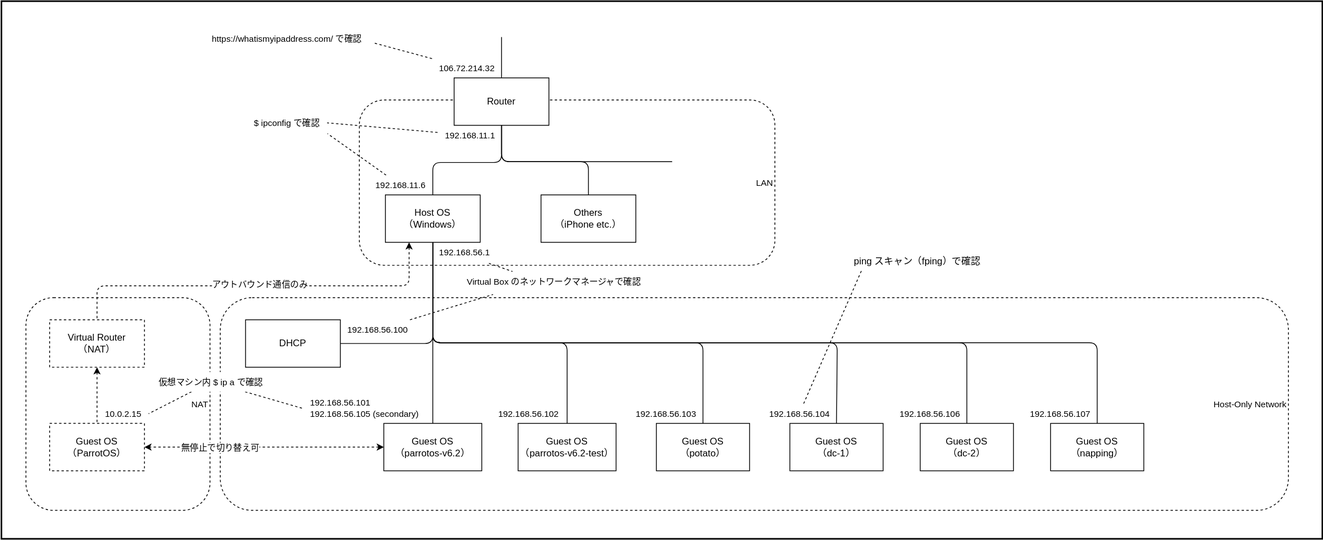
Above: diagrams/network-of-hacking-lab.drawio.svg in SOUSUKEKUROSAWA/drawio (draw.io), before the change. Source tidied: cells renumbered, new cells last; positions are measured from the earlier drawing's top-left corner, leaving out a move shared by most shapes.
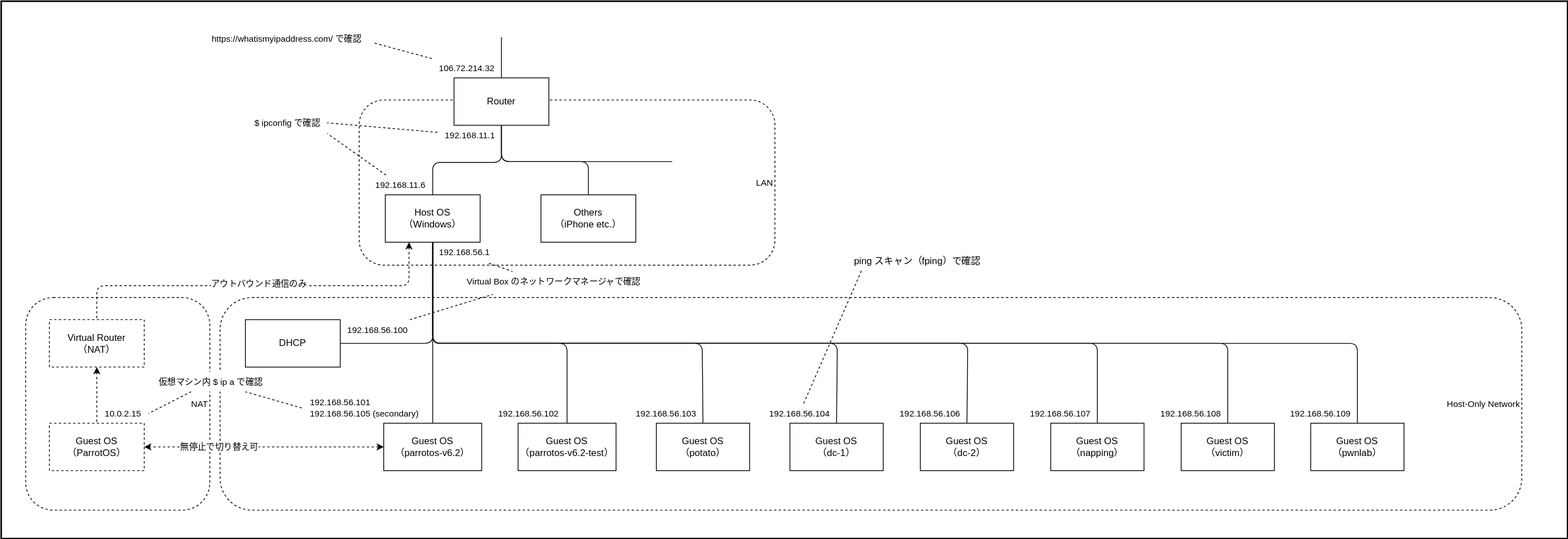
Later version of the same file.

What changed in the source:
```diff
@@ -3,13 +3,13 @@
     <mxCell id="0" />
     <mxCell id="1" parent="0" />
     <mxCell id="2" style="rounded=0;whiteSpace=wrap;html=1;strokeWidth=2;" parent="1" vertex="1">
-      <mxGeometry width="1672" height="680" as="geometry" />
+      <mxGeometry width="1982" height="680" as="geometry" />
     </mxCell>
     <mxCell id="3" value="NAT&amp;nbsp;" style="rounded=1;whiteSpace=wrap;html=1;fontSize=11;fontColor=#000000;fillColor=none;dashed=1;align=right;" parent="1" vertex="1">
       <mxGeometry x="31" y="375" width="233" height="269" as="geometry" />
     </mxCell>
     <mxCell id="4" value="Host-Only Network&amp;nbsp;" style="rounded=1;whiteSpace=wrap;html=1;fontSize=11;fontColor=#000000;fillColor=none;dashed=1;align=right;" parent="1" vertex="1">
-      <mxGeometry x="277" y="375" width="1352" height="269" as="geometry" />
+      <mxGeometry x="277" y="375" width="1647" height="269" as="geometry" />
     </mxCell>
     <mxCell id="5" value="LAN&amp;nbsp;" style="rounded=1;whiteSpace=wrap;html=1;fontSize=11;fontColor=#000000;fillColor=none;dashed=1;align=right;" parent="1" vertex="1">
       <mxGeometry x="453" y="125" width="526" height="209" as="geometry" />
@@ -78,43 +78,59 @@
     <mxCell id="17" style="edgeStyle=none;html=1;entryX=0.5;entryY=0;entryDx=0;entryDy=0;endArrow=none;endFill=0;" parent="1" edge="1" source="22" target="47">
       <mxGeometry relative="1" as="geometry">
         <Array as="points">
-          <mxPoint x="546" y="432" />
-          <mxPoint x="716" y="432" />
+          <mxPoint x="546" y="433" />
+          <mxPoint x="716" y="433" />
         </Array>
       </mxGeometry>
     </mxCell>
     <mxCell id="18" style="edgeStyle=none;html=1;entryX=0.5;entryY=0;entryDx=0;entryDy=0;endArrow=none;endFill=0;" parent="1" edge="1" source="22" target="49">
       <mxGeometry relative="1" as="geometry">
         <Array as="points">
-          <mxPoint x="546" y="432" />
-          <mxPoint x="888" y="432" />
+          <mxPoint x="546" y="433" />
+          <mxPoint x="887" y="433" />
         </Array>
       </mxGeometry>
     </mxCell>
     <mxCell id="19" style="edgeStyle=none;html=1;entryX=0.5;entryY=0;entryDx=0;entryDy=0;endArrow=none;endFill=0;" parent="1" edge="1" source="22" target="51">
       <mxGeometry relative="1" as="geometry">
         <Array as="points">
-          <mxPoint x="546" y="432" />
-          <mxPoint x="1058" y="432" />
+          <mxPoint x="546" y="433" />
+          <mxPoint x="1058" y="433" />
         </Array>
       </mxGeometry>
     </mxCell>
     <mxCell id="20" style="edgeStyle=none;html=1;entryX=0.5;entryY=0;entryDx=0;entryDy=0;endArrow=none;endFill=0;" parent="1" edge="1" source="22" target="55">
       <mxGeometry relative="1" as="geometry">
         <Array as="points">
-          <mxPoint x="546" y="432" />
-          <mxPoint x="1222" y="432" />
+          <mxPoint x="546" y="433" />
+          <mxPoint x="1223" y="433" />
         </Array>
       </mxGeometry>
     </mxCell>
     <mxCell id="21" style="edgeStyle=none;html=1;entryX=0.5;entryY=0;entryDx=0;entryDy=0;endArrow=none;endFill=0;" parent="1" edge="1" source="22" target="57">
       <mxGeometry relative="1" as="geometry">
         <Array as="points">
-          <mxPoint x="546" y="432" />
-          <mxPoint x="1387" y="432" />
+          <mxPoint x="546" y="433" />
+          <mxPoint x="1387" y="433" />
         </Array>
       </mxGeometry>
     </mxCell>
+    <mxCell id="59" style="edgeStyle=none;html=1;entryX=0.5;entryY=0;entryDx=0;entryDy=0;endArrow=none;endFill=0;" parent="1" edge="1" source="22" target="61">
+      <mxGeometry relative="1" as="geometry">
+        <Array as="points">
+          <mxPoint x="546" y="433" />
+          <mxPoint x="1552" y="433" />
+        </Array>
+      </mxGeometry>
+    </mxCell>
+    <mxCell id="60" style="edgeStyle=none;html=1;entryX=0.5;entryY=0;entryDx=0;entryDy=0;endArrow=none;endFill=0;" parent="1" edge="1" source="22" target="63">
+      <mxGeometry relative="1" as="geometry">
+        <Array as="points">
+          <mxPoint x="546" y="433" />
+          <mxPoint x="1716" y="433" />
+        </Array>
+      </mxGeometry>
+    </mxCell>
     <mxCell id="22" value="Host OS&lt;br&gt;（Windows）" style="rounded=0;whiteSpace=wrap;html=1;" parent="1" vertex="1">
       <mxGeometry x="486" y="245" width="120" height="60" as="geometry" />
     </mxCell>
@@ -228,5 +244,17 @@
     <mxCell id="58" value="192.168.56.107" style="text;html=1;align=center;verticalAlign=middle;strokeColor=none;fillColor=none;fontSize=11;fontColor=#000000;" parent="1" vertex="1">
       <mxGeometry x="1293" y="509" width="94" height="25" as="geometry" />
     </mxCell>
+    <mxCell id="61" value="Guest OS&lt;br&gt;（victim）" style="rounded=0;whiteSpace=wrap;html=1;" parent="1" vertex="1">
+      <mxGeometry x="1493" y="534" width="118" height="60" as="geometry" />
+    </mxCell>
+    <mxCell id="62" value="192.168.56.108" style="text;html=1;align=center;verticalAlign=middle;strokeColor=none;fillColor=none;fontSize=11;fontColor=#000000;" parent="1" vertex="1">
+      <mxGeometry x="1458" y="509" width="94" height="25" as="geometry" />
+    </mxCell>
+    <mxCell id="63" value="Guest OS&lt;br&gt;（pwnlab）" style="rounded=0;whiteSpace=wrap;html=1;" parent="1" vertex="1">
+      <mxGeometry x="1657" y="534" width="118" height="60" as="geometry" />
+    </mxCell>
+    <mxCell id="64" value="192.168.56.109" style="text;html=1;align=center;verticalAlign=middle;strokeColor=none;fillColor=none;fontSize=11;fontColor=#000000;" parent="1" vertex="1">
+      <mxGeometry x="1622" y="509" width="94" height="25" as="geometry" />
+    </mxCell>
   </root>
 </mxGraphModel>
```
